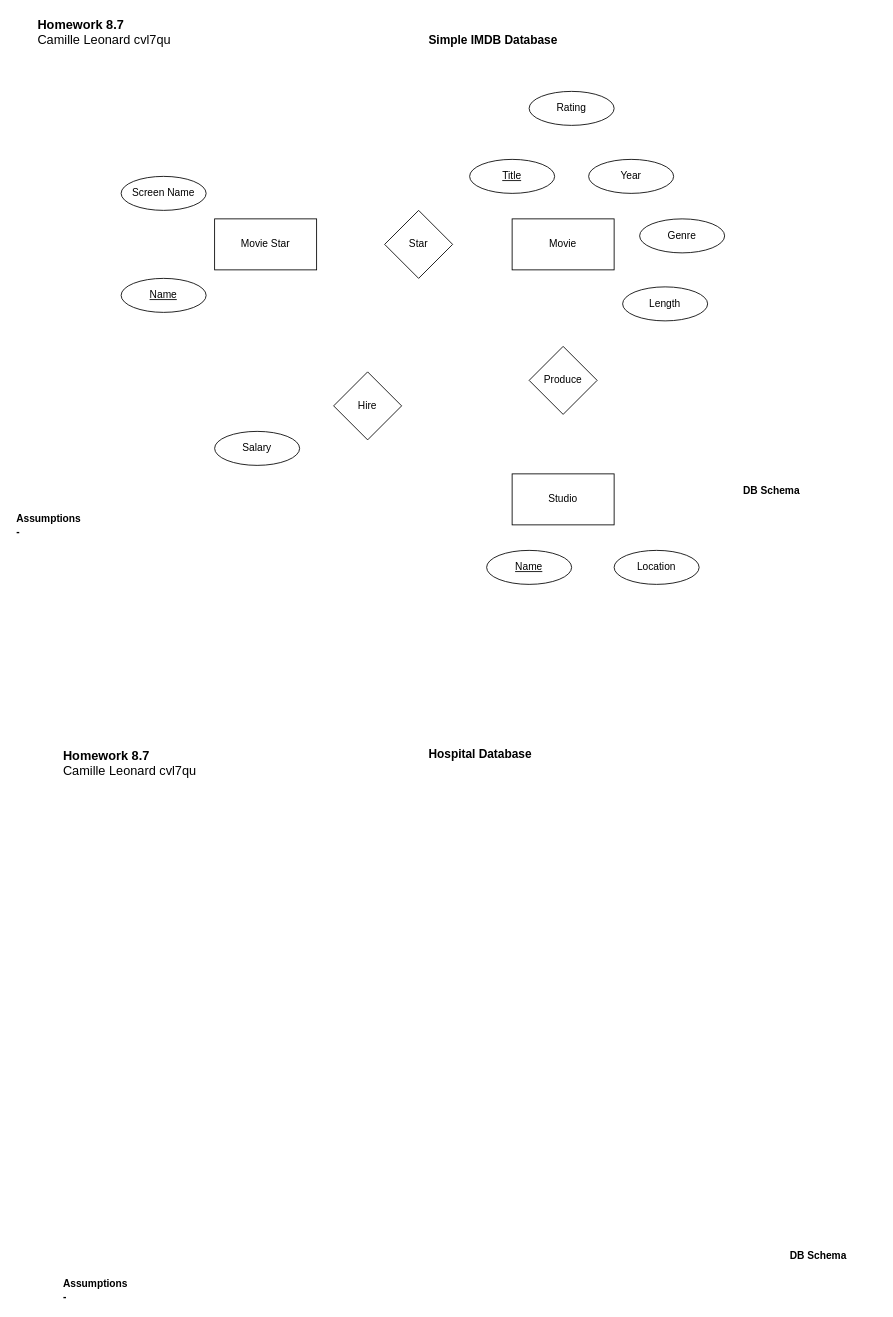
Before: HW 8.7 ER Diagrams.drawio in camillevleonard/CS_5012_Mod_8_MOE, a draw.io diagram. Source tidied: cells renumbered, new cells numbered last; positions are measured from the earlier drawing's top-left corner, leaving out a move shared by most shapes. Both pictures are drawn from the tidied source at 85%, with x=0, y=0 at pixel (14, 14).
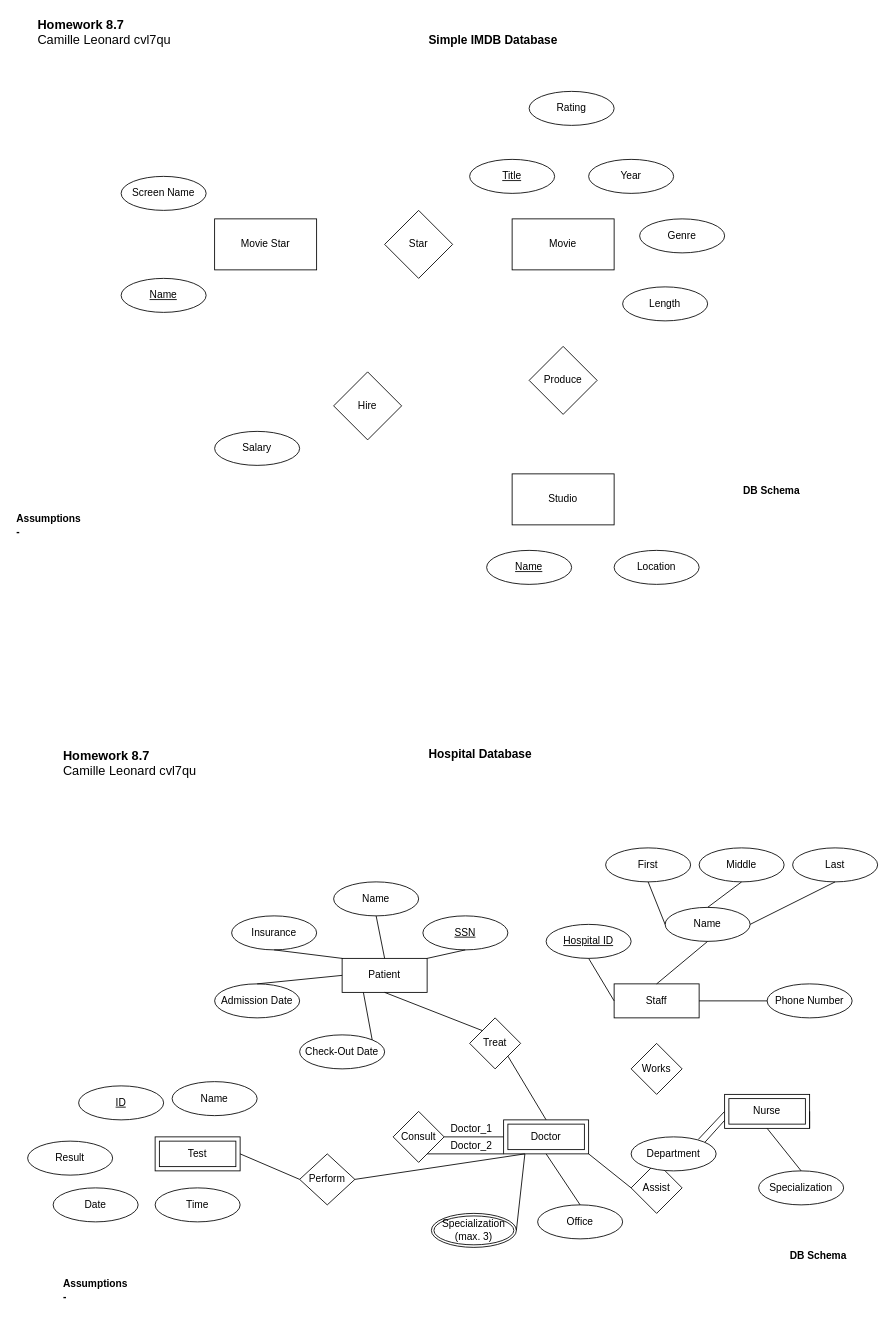
The same page after the edit.

The edit, as a diff of the source:
```diff
@@
+    <mxCell id="26" style="shape=table;startSize=0;childLayout=tableLayout;rowLines=0;fontStyle=0;align=center;strokeColor=none;fillColor=none;" parent="1" vertex="1">
+      <mxGeometry x="475" y="1300" width="180" height="20" as="geometry" />
+    </mxCell>
+    <mxCell id="27" style="shape=partialRectangle;fillColor=none;top=0;left=0;bottom=0;right=0;" parent="26" vertex="1">
+      <mxGeometry width="180" height="20" as="geometry" />
+    </mxCell>
+    <mxCell id="28" style="shape=partialRectangle;fillColor=none;top=0;left=0;bottom=0;right=0;overflow=hidden;" parent="27" vertex="1">
+      <mxGeometry width="30" height="20" as="geometry" />
+    </mxCell>
+    <mxCell id="29" value="Doctor_1" style="shape=partialRectangle;fillColor=none;top=0;left=0;bottom=0;right=0;align=left;spacingLeft=6;overflow=hidden;" parent="27" vertex="1">
+      <mxGeometry x="30" width="150" height="20" as="geometry" />
+    </mxCell>
@@
+    <mxCell id="30" value="Staff" style="whiteSpace=wrap;html=1;align=center;" parent="1" vertex="1">
+      <mxGeometry x="705" y="1140" width="100" height="40" as="geometry" />
+    </mxCell>
+    <mxCell id="31" value="Name" style="ellipse;whiteSpace=wrap;html=1;align=center;" parent="1" vertex="1">
+      <mxGeometry x="765" y="1050" width="100" height="40" as="geometry" />
+    </mxCell>
+    <mxCell id="32" value="Hospital ID" style="ellipse;whiteSpace=wrap;html=1;align=center;fontStyle=4;" parent="1" vertex="1">
+      <mxGeometry x="625" y="1070" width="100" height="40" as="geometry" />
+    </mxCell>
+    <mxCell id="33" value="Last" style="ellipse;whiteSpace=wrap;html=1;align=center;" parent="1" vertex="1">
+      <mxGeometry x="915" y="980" width="100" height="40" as="geometry" />
+    </mxCell>
+    <mxCell id="34" value="Middle" style="ellipse;whiteSpace=wrap;html=1;align=center;" parent="1" vertex="1">
+      <mxGeometry x="805" y="980" width="100" height="40" as="geometry" />
+    </mxCell>
+    <mxCell id="35" value="First" style="ellipse;whiteSpace=wrap;html=1;align=center;" parent="1" vertex="1">
+      <mxGeometry x="695" y="980" width="100" height="40" as="geometry" />
+    </mxCell>
+    <mxCell id="36" value="Phone Number" style="ellipse;whiteSpace=wrap;html=1;align=center;" parent="1" vertex="1">
+      <mxGeometry x="885" y="1140" width="100" height="40" as="geometry" />
+    </mxCell>
+    <mxCell id="37" value="Works" style="rhombus;whiteSpace=wrap;html=1;" parent="1" vertex="1">
+      <mxGeometry x="725" y="1210" width="60" height="60" as="geometry" />
+    </mxCell>
+    <mxCell id="38" value="Assist" style="rhombus;whiteSpace=wrap;html=1;" parent="1" vertex="1">
+      <mxGeometry x="725" y="1350" width="60" height="60" as="geometry" />
+    </mxCell>
+    <mxCell id="39" value="Office" style="ellipse;whiteSpace=wrap;html=1;align=center;" parent="1" vertex="1">
+      <mxGeometry x="615" y="1400" width="100" height="40" as="geometry" />
+    </mxCell>
+    <mxCell id="40" style="endArrow=none;html=1;" parent="1" edge="1">
+      <mxGeometry relative="1" as="geometry">
+        <mxPoint x="795" y="1345" as="sourcePoint" />
+        <mxPoint x="840" y="1295" as="targetPoint" />
+      </mxGeometry>
+    </mxCell>
+    <mxCell id="41" style="endArrow=none;html=1;entryX=0;entryY=0.5;entryDx=0;entryDy=0;exitX=0.79;exitY=0.075;exitDx=0;exitDy=0;exitPerimeter=0;" parent="1" edge="1" source="44" target="64">
+      <mxGeometry relative="1" as="geometry" />
+    </mxCell>
+    <mxCell id="42" style="endArrow=none;html=1;exitX=1;exitY=1;exitDx=0;exitDy=0;entryX=0;entryY=0.5;entryDx=0;entryDy=0;" parent="1" edge="1" source="68" target="38">
+      <mxGeometry relative="1" as="geometry" />
+    </mxCell>
+    <mxCell id="43" value="Specialization" style="ellipse;whiteSpace=wrap;html=1;align=center;" parent="1" vertex="1">
+      <mxGeometry x="875" y="1360" width="100" height="40" as="geometry" />
+    </mxCell>
+    <mxCell id="44" value="Department" style="ellipse;whiteSpace=wrap;html=1;align=center;" parent="1" vertex="1">
+      <mxGeometry x="725" y="1320" width="100" height="40" as="geometry" />
+    </mxCell>
+    <mxCell id="45" value="Patient" style="whiteSpace=wrap;html=1;align=center;" parent="1" vertex="1">
+      <mxGeometry x="385" y="1110" width="100" height="40" as="geometry" />
+    </mxCell>
+    <mxCell id="46" value="Treat" style="rhombus;whiteSpace=wrap;html=1;" parent="1" vertex="1">
+      <mxGeometry x="535" y="1180" width="60" height="60" as="geometry" />
+    </mxCell>
+    <mxCell id="47" value="Specialization (max. 3)" style="ellipse;shape=doubleEllipse;margin=3;whiteSpace=wrap;html=1;align=center;" parent="1" vertex="1">
+      <mxGeometry x="490" y="1410" width="100" height="40" as="geometry" />
+    </mxCell>
+    <mxCell id="48" value="Consult" style="rhombus;whiteSpace=wrap;html=1;" parent="1" vertex="1">
+      <mxGeometry x="445" y="1290" width="60" height="60" as="geometry" />
+    </mxCell>
+    <mxCell id="49" value="Doctor_2" style="shape=partialRectangle;fillColor=none;top=0;left=0;bottom=0;right=0;align=left;spacingLeft=6;overflow=hidden;" parent="1" vertex="1">
+      <mxGeometry x="505" y="1320" width="150" height="20" as="geometry" />
+    </mxCell>
+    <mxCell id="50" style="line;strokeWidth=1;dashed=0;labelPosition=right;align=left;verticalAlign=middle;spacingTop=0;spacingLeft=6;" parent="1" vertex="1">
+      <mxGeometry x="505" y="1315" width="70" height="10" as="geometry" />
+    </mxCell>
+    <mxCell id="51" style="line;strokeWidth=1;dashed=0;labelPosition=right;align=left;verticalAlign=middle;spacingTop=0;spacingLeft=6;" parent="1" vertex="1">
+      <mxGeometry x="485" y="1335" width="90" height="10" as="geometry" />
+    </mxCell>
+    <mxCell id="52" style="endArrow=none;html=1;exitX=1;exitY=1;exitDx=0;exitDy=0;entryX=0.5;entryY=0;entryDx=0;entryDy=0;" parent="1" edge="1" source="46" target="68">
+      <mxGeometry relative="1" as="geometry" />
+    </mxCell>
+    <mxCell id="53" style="endArrow=none;html=1;exitX=0.5;exitY=1;exitDx=0;exitDy=0;entryX=0;entryY=0;entryDx=0;entryDy=0;" parent="1" edge="1" source="45" target="46">
+      <mxGeometry relative="1" as="geometry" />
+    </mxCell>
+    <mxCell id="54" value="Check-Out Date" style="ellipse;whiteSpace=wrap;html=1;align=center;" parent="1" vertex="1">
+      <mxGeometry x="335" y="1200" width="100" height="40" as="geometry" />
+    </mxCell>
+    <mxCell id="55" value="Admission Date" style="ellipse;whiteSpace=wrap;html=1;align=center;" parent="1" vertex="1">
+      <mxGeometry x="235" y="1140" width="100" height="40" as="geometry" />
+    </mxCell>
+    <mxCell id="56" value="Insurance" style="ellipse;whiteSpace=wrap;html=1;align=center;" parent="1" vertex="1">
+      <mxGeometry x="255" y="1060" width="100" height="40" as="geometry" />
+    </mxCell>
+    <mxCell id="57" value="Name" style="ellipse;whiteSpace=wrap;html=1;align=center;" parent="1" vertex="1">
+      <mxGeometry x="375" y="1020" width="100" height="40" as="geometry" />
+    </mxCell>
+    <mxCell id="58" value="SSN" style="ellipse;whiteSpace=wrap;html=1;align=center;fontStyle=4;" parent="1" vertex="1">
+      <mxGeometry x="480" y="1060" width="100" height="40" as="geometry" />
+    </mxCell>
+    <mxCell id="59" style="endArrow=none;html=1;exitX=0.5;exitY=0;exitDx=0;exitDy=0;entryX=0;entryY=0.5;entryDx=0;entryDy=0;" parent="1" edge="1" source="55" target="45">
+      <mxGeometry relative="1" as="geometry" />
+    </mxCell>
+    <mxCell id="60" style="endArrow=none;html=1;exitX=1;exitY=0;exitDx=0;exitDy=0;entryX=0.25;entryY=1;entryDx=0;entryDy=0;" parent="1" edge="1" source="54" target="45">
+      <mxGeometry relative="1" as="geometry" />
+    </mxCell>
+    <mxCell id="61" style="endArrow=none;html=1;exitX=0.5;exitY=1;exitDx=0;exitDy=0;entryX=0;entryY=0;entryDx=0;entryDy=0;" parent="1" edge="1" source="56" target="45">
+      <mxGeometry relative="1" as="geometry" />
+    </mxCell>
+    <mxCell id="62" style="endArrow=none;html=1;exitX=0.5;exitY=1;exitDx=0;exitDy=0;entryX=0.5;entryY=0;entryDx=0;entryDy=0;" parent="1" edge="1" source="57" target="45">
+      <mxGeometry relative="1" as="geometry" />
+    </mxCell>
+    <mxCell id="63" style="endArrow=none;html=1;exitX=1;exitY=0;exitDx=0;exitDy=0;entryX=0.5;entryY=1;entryDx=0;entryDy=0;" parent="1" edge="1" source="45" target="58">
+      <mxGeometry relative="1" as="geometry" />
+    </mxCell>
+    <mxCell id="64" value="Nurse" style="shape=ext;margin=3;double=1;whiteSpace=wrap;html=1;align=center;" parent="1" vertex="1">
+      <mxGeometry x="835" y="1270" width="100" height="40" as="geometry" />
+    </mxCell>
+    <mxCell id="65" style="endArrow=none;html=1;entryX=0.5;entryY=1;entryDx=0;entryDy=0;exitX=0.5;exitY=0;exitDx=0;exitDy=0;" parent="1" edge="1" source="43" target="64">
+      <mxGeometry relative="1" as="geometry" />
+    </mxCell>
+    <mxCell id="66" style="endArrow=none;html=1;exitX=1;exitY=0.5;exitDx=0;exitDy=0;entryX=0;entryY=0.5;entryDx=0;entryDy=0;" parent="1" edge="1" source="64">
+      <mxGeometry relative="1" as="geometry">
+        <mxPoint x="935" y="1310" as="targetPoint" />
+      </mxGeometry>
+    </mxCell>
+    <mxCell id="67" style="endArrow=none;html=1;exitX=1;exitY=0.5;exitDx=0;exitDy=0;entryX=0.25;entryY=1;entryDx=0;entryDy=0;" parent="1" edge="1" source="47" target="68">
+      <mxGeometry relative="1" as="geometry" />
+    </mxCell>
+    <mxCell id="68" value="Doctor" style="shape=ext;margin=3;double=1;whiteSpace=wrap;html=1;align=center;" parent="1" vertex="1">
+      <mxGeometry x="575" y="1300" width="100" height="40" as="geometry" />
+    </mxCell>
+    <mxCell id="69" style="endArrow=none;html=1;exitX=0.5;exitY=0;exitDx=0;exitDy=0;entryX=0.5;entryY=1;entryDx=0;entryDy=0;" parent="1" edge="1" source="39" target="68">
+      <mxGeometry relative="1" as="geometry" />
+    </mxCell>
+    <mxCell id="70" style="endArrow=none;html=1;entryX=0.5;entryY=1;entryDx=0;entryDy=0;exitX=0;exitY=0.5;exitDx=0;exitDy=0;" parent="1" edge="1" source="30" target="32">
+      <mxGeometry relative="1" as="geometry" />
+    </mxCell>
+    <mxCell id="71" style="endArrow=none;html=1;entryX=0.5;entryY=1;entryDx=0;entryDy=0;exitX=0;exitY=0.5;exitDx=0;exitDy=0;" parent="1" edge="1" source="31" target="35">
+      <mxGeometry relative="1" as="geometry" />
+    </mxCell>
+    <mxCell id="72" style="endArrow=none;html=1;entryX=0.5;entryY=1;entryDx=0;entryDy=0;exitX=0.5;exitY=0;exitDx=0;exitDy=0;" parent="1" edge="1" source="31" target="34">
+      <mxGeometry relative="1" as="geometry" />
+    </mxCell>
+    <mxCell id="73" style="endArrow=none;html=1;entryX=0.5;entryY=1;entryDx=0;entryDy=0;exitX=1;exitY=0.5;exitDx=0;exitDy=0;" parent="1" edge="1" source="31" target="33">
+      <mxGeometry relative="1" as="geometry" />
+    </mxCell>
+    <mxCell id="74" style="endArrow=none;html=1;entryX=0.5;entryY=1;entryDx=0;entryDy=0;exitX=0.5;exitY=0;exitDx=0;exitDy=0;" parent="1" edge="1" source="30" target="31">
+      <mxGeometry relative="1" as="geometry" />
+    </mxCell>
+    <mxCell id="75" style="endArrow=none;html=1;entryX=0;entryY=0.5;entryDx=0;entryDy=0;exitX=1;exitY=0.5;exitDx=0;exitDy=0;" parent="1" edge="1" source="30" target="36">
+      <mxGeometry relative="1" as="geometry" />
+    </mxCell>
+    <mxCell id="76" value="Perform" style="rhombus;whiteSpace=wrap;html=1;" parent="1" vertex="1">
+      <mxGeometry x="335" y="1340" width="65" height="60" as="geometry" />
+    </mxCell>
+    <mxCell id="77" value="Test" style="shape=ext;margin=3;double=1;whiteSpace=wrap;html=1;align=center;" parent="1" vertex="1">
+      <mxGeometry x="165" y="1320" width="100" height="40" as="geometry" />
+    </mxCell>
+    <mxCell id="78" value="Name" style="ellipse;whiteSpace=wrap;html=1;align=center;" parent="1" vertex="1">
+      <mxGeometry x="185" y="1255" width="100" height="40" as="geometry" />
+    </mxCell>
+    <mxCell id="79" value="Time" style="ellipse;whiteSpace=wrap;html=1;align=center;" parent="1" vertex="1">
+      <mxGeometry x="165" y="1380" width="100" height="40" as="geometry" />
+    </mxCell>
+    <mxCell id="80" value="Date" style="ellipse;whiteSpace=wrap;html=1;align=center;" parent="1" vertex="1">
+      <mxGeometry x="45" y="1380" width="100" height="40" as="geometry" />
+    </mxCell>
+    <mxCell id="81" value="Result" style="ellipse;whiteSpace=wrap;html=1;align=center;" parent="1" vertex="1">
+      <mxGeometry x="15" y="1325" width="100" height="40" as="geometry" />
+    </mxCell>
+    <mxCell id="82" value="ID" style="ellipse;whiteSpace=wrap;html=1;align=center;fontStyle=4;" parent="1" vertex="1">
+      <mxGeometry x="75" y="1260" width="100" height="40" as="geometry" />
+    </mxCell>
+    <mxCell id="83" style="endArrow=none;html=1;exitX=1;exitY=0.5;exitDx=0;exitDy=0;entryX=0.25;entryY=1;entryDx=0;entryDy=0;" parent="1" edge="1" source="76" target="68">
+      <mxGeometry relative="1" as="geometry" />
+    </mxCell>
+    <mxCell id="84" style="endArrow=none;html=1;exitX=1;exitY=0.5;exitDx=0;exitDy=0;entryX=0;entryY=0.5;entryDx=0;entryDy=0;" parent="1" edge="1" source="77" target="76">
+      <mxGeometry relative="1" as="geometry" />
+    </mxCell>
```
